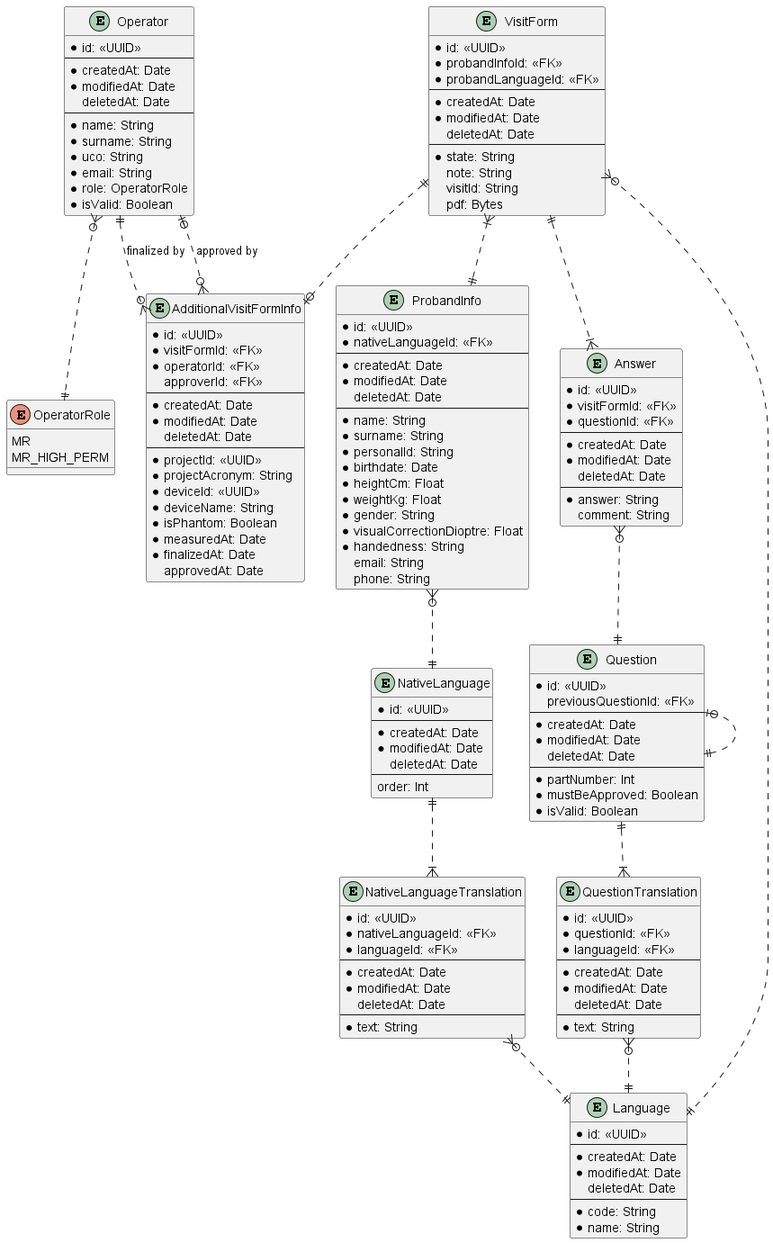
This is backend/prisma/erd/ProbandSafetyQuestionnaire.png from lukas-kratochvil/mafil-proband-safety-questionnaire, a PlantUML export, as it was before one commit.
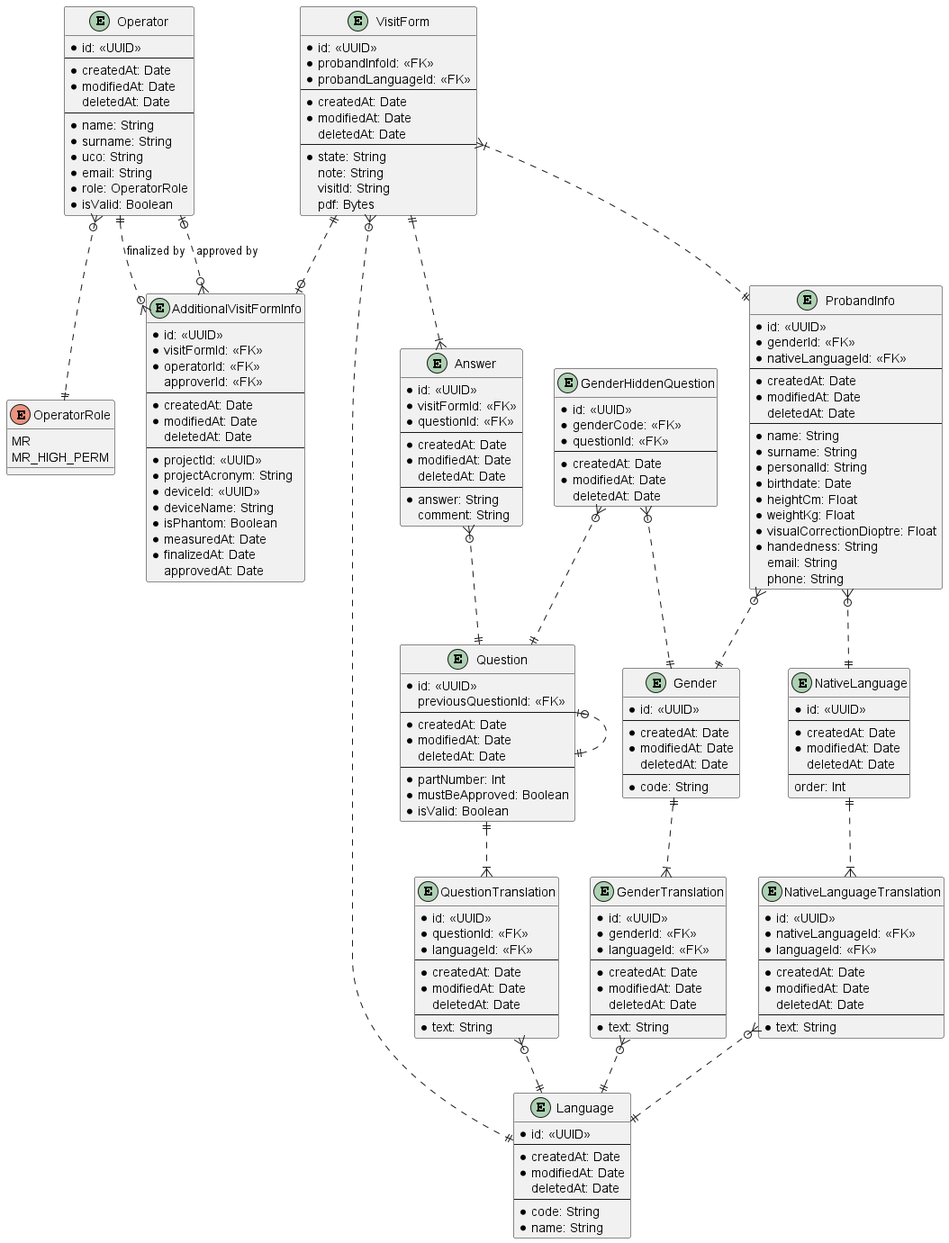
Above is the later version.

Commit message:
feat: created prisma Gender entity + GenderHiddenQuestion entity for a dynamic question hiding/showing

The edit, as a diff of the source:
```diff
@@ -57,6 +57,7 @@
 
 entity ProbandInfo {
   * id: <<UUID>>
+  * genderId: <<FK>>
   * nativeLanguageId: <<FK>>
   ---
   * createdAt: Date
@@ -69,7 +70,6 @@
   * birthdate: Date
   * heightCm: Float
   * weightKg: Float
-  * gender: String
   * visualCorrectionDioptre: Float
   * handedness: String
   email: String
@@ -105,6 +105,38 @@
 entity QuestionTranslation {
   * id: <<UUID>>
   * questionId: <<FK>>
+  * languageId: <<FK>>
+  ---
+  * createdAt: Date
+  * modifiedAt: Date
+  deletedAt: Date
+  ---
+  * text: String
+}
+
+entity GenderHiddenQuestion {
+  * id: <<UUID>>
+  * genderCode: <<FK>>
+  * questionId: <<FK>>
+  ---
+  * createdAt: Date
+  * modifiedAt: Date
+  deletedAt: Date
+}
+
+entity Gender {
+  * id: <<UUID>>
+  ---
+  * createdAt: Date
+  * modifiedAt: Date
+  deletedAt: Date
+  ---
+  * code: String
+}
+
+entity GenderTranslation {
+  * id: <<UUID>>
+  * genderId: <<FK>>
   * languageId: <<FK>>
   ---
   * createdAt: Date
@@ -158,7 +190,12 @@
 Question |o..|| Question
 Question ||..|{ QuestionTranslation
 QuestionTranslation }o..|| Language
+ProbandInfo }o..|| Gender
 ProbandInfo }o..|| NativeLanguage
+GenderHiddenQuestion }o..|| Gender
+GenderHiddenQuestion }o..|| Question
+Gender ||..|{ GenderTranslation
+GenderTranslation }o..|| Language
 NativeLanguage ||..|{ NativeLanguageTranslation
 NativeLanguageTranslation }o..|| Language
 
```
